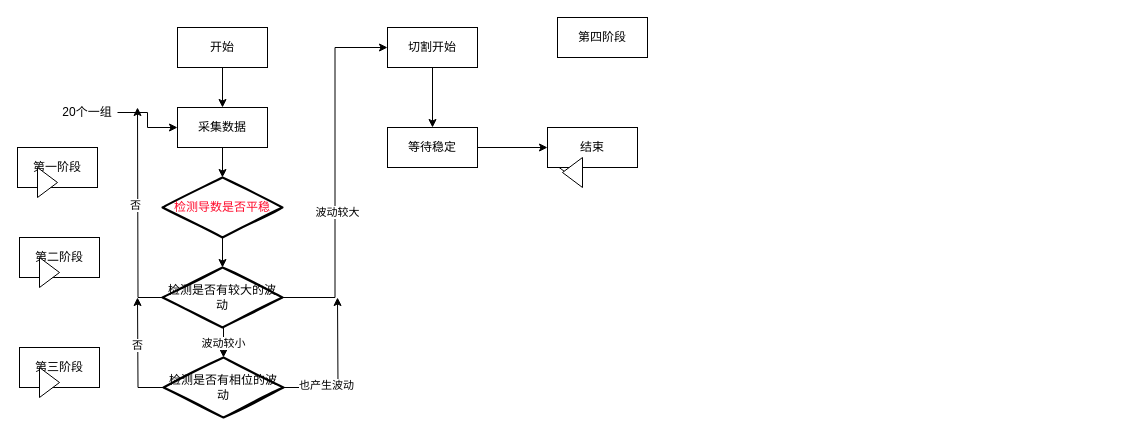
The draw.io diagram 未命名绘图.drawio in k52823/kong, before the edit. Source tidied: cells renumbered, new cells numbered last; positions are measured from the earlier drawing's top-left corner, leaving out a move shared by most shapes. Both pictures are drawn from the tidied source at 100%, with x=0, y=0 at pixel (17, 17).
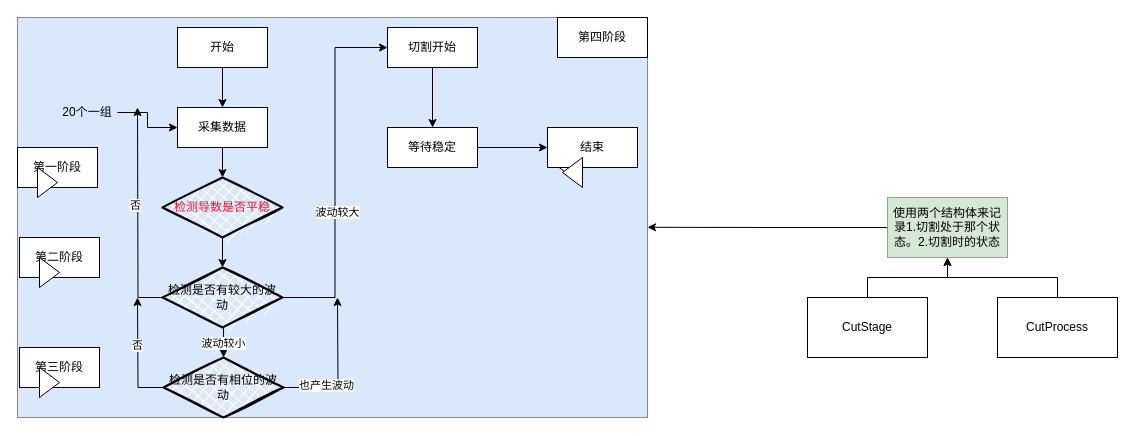
After the change.

Diff of the diagram source:
```diff
@@
-    <mxCell id="2" style="edgeStyle=orthogonalEdgeStyle;rounded=0;jettySize=auto;html=1;exitX=0.5;exitY=1;exitDx=0;exitDy=0;entryX=0.5;entryY=0;entryDx=0;entryDy=0;" parent="1" edge="1" source="3" target="7">
-      <mxGeometry relative="1" as="geometry" />
-    </mxCell>
+    <mxCell id="36" style="edgeStyle=orthogonalEdgeStyle;rounded=0;jettySize=auto;html=1;exitX=0;exitY=0.5;exitDx=0;exitDy=0;" parent="1" edge="1" source="37">
+      <mxGeometry relative="1" as="geometry">
+        <mxPoint x="630" y="209.8" as="targetPoint" />
+      </mxGeometry>
+    </mxCell>
+    <mxCell id="37" value="使用两个结构体来记录1.切割处于那个状态。2.切割时的状态" style="rounded=0;whiteSpace=wrap;html=1;fillColor=#d5e8d4;strokeColor=#82b366;" parent="1" vertex="1">
+      <mxGeometry x="870" y="180" width="120" height="60" as="geometry" />
+    </mxCell>
+    <mxCell id="38" style="edgeStyle=orthogonalEdgeStyle;rounded=0;jettySize=auto;html=1;exitX=0.5;exitY=0;exitDx=0;exitDy=0;" parent="1" edge="1" source="39" target="37">
+      <mxGeometry relative="1" as="geometry" />
+    </mxCell>
+    <mxCell id="39" value="CutStage" style="rounded=0;whiteSpace=wrap;html=1;" parent="1" vertex="1">
+      <mxGeometry x="790" y="280" width="120" height="60" as="geometry" />
+    </mxCell>
+    <mxCell id="40" style="edgeStyle=orthogonalEdgeStyle;rounded=0;jettySize=auto;html=1;exitX=0.5;exitY=0;exitDx=0;exitDy=0;entryX=0.5;entryY=1;entryDx=0;entryDy=0;" parent="1" edge="1" source="41" target="37">
+      <mxGeometry relative="1" as="geometry" />
+    </mxCell>
+    <mxCell id="41" value="CutProcess" style="rounded=0;whiteSpace=wrap;html=1;" parent="1" vertex="1">
+      <mxGeometry x="980" y="280" width="120" height="60" as="geometry" />
+    </mxCell>
+    <mxCell id="42" style="group;fillColor=#dae8fc;strokeColor=#6c8ebf;" parent="1" vertex="1">
+      <mxGeometry width="630" height="400" as="geometry" />
+    </mxCell>
+    <mxCell id="25" value="检测是否有相位的波动" style="rhombus;whiteSpace=wrap;html=1;strokeWidth=2;fillWeight=-1;hachureGap=8;fillStyle=cross-hatch;sketch=1;shadow=0;" parent="42" vertex="1">
+      <mxGeometry x="146" y="340" width="120" height="60" as="geometry" />
+    </mxCell>
+    <mxCell id="8" style="edgeStyle=orthogonalEdgeStyle;rounded=0;jettySize=auto;html=1;exitX=0.5;exitY=1;exitDx=0;exitDy=0;entryX=0.5;entryY=0;entryDx=0;entryDy=0;shadow=0;" parent="42" edge="1" source="14" target="25">
+      <mxGeometry relative="1" as="geometry" />
+    </mxCell>
+    <mxCell id="9" value="波动较小" style="edgeLabel;html=1;align=center;verticalAlign=middle;shadow=0;" parent="8" vertex="1">
+      <mxGeometry x="0.03" y="-1" relative="1" as="geometry" />
+    </mxCell>
-    <mxCell id="3" value="采集数据" style="rounded=0;whiteSpace=wrap;html=1;" parent="1" vertex="1">
+    <mxCell id="3" value="采集数据" style="rounded=0;whiteSpace=wrap;html=1;shadow=0;" parent="42" vertex="1">
       <mxGeometry x="160" y="90" width="90" height="40" as="geometry" />
     </mxCell>
-    <mxCell id="4" style="edgeStyle=orthogonalEdgeStyle;rounded=0;jettySize=auto;html=1;exitX=0.5;exitY=1;exitDx=0;exitDy=0;entryX=0.5;entryY=0;entryDx=0;entryDy=0;" parent="1" edge="1" source="5" target="3">
+    <mxCell id="4" style="edgeStyle=orthogonalEdgeStyle;rounded=0;jettySize=auto;html=1;exitX=0.5;exitY=1;exitDx=0;exitDy=0;entryX=0.5;entryY=0;entryDx=0;entryDy=0;shadow=0;" parent="42" edge="1" source="5" target="3">
       <mxGeometry relative="1" as="geometry" />
     </mxCell>
-    <mxCell id="5" value="开始" style="rounded=0;whiteSpace=wrap;html=1;" parent="1" vertex="1">
+    <mxCell id="5" value="开始" style="rounded=0;whiteSpace=wrap;html=1;shadow=0;" parent="42" vertex="1">
       <mxGeometry x="160" y="10" width="90" height="40" as="geometry" />
     </mxCell>
-    <mxCell id="6" style="edgeStyle=orthogonalEdgeStyle;rounded=0;jettySize=auto;html=1;exitX=0.5;exitY=1;exitDx=0;exitDy=0;entryX=0.5;entryY=0;entryDx=0;entryDy=0;" parent="1" edge="1" source="7" target="14">
-      <mxGeometry relative="1" as="geometry" />
-    </mxCell>
-    <mxCell id="7" value="&lt;font color=&quot;#ff0a2b&quot;&gt;检测导数是否平稳&lt;/font&gt;" style="rhombus;whiteSpace=wrap;html=1;strokeWidth=2;fillWeight=-1;hachureGap=8;fillStyle=cross-hatch;sketch=1;" parent="1" vertex="1">
+    <mxCell id="7" value="&lt;font color=&quot;#ff0a2b&quot;&gt;检测导数是否平稳&lt;/font&gt;" style="rhombus;whiteSpace=wrap;html=1;strokeWidth=2;fillWeight=-1;hachureGap=8;fillStyle=cross-hatch;sketch=1;shadow=0;" parent="42" vertex="1">
       <mxGeometry x="145" y="160" width="120" height="60" as="geometry" />
     </mxCell>
-    <mxCell id="8" style="edgeStyle=orthogonalEdgeStyle;rounded=0;jettySize=auto;html=1;exitX=0.5;exitY=1;exitDx=0;exitDy=0;entryX=0.5;entryY=0;entryDx=0;entryDy=0;" parent="1" edge="1" source="14" target="25">
-      <mxGeometry relative="1" as="geometry" />
-    </mxCell>
-    <mxCell id="9" value="波动较小" style="edgeLabel;html=1;align=center;verticalAlign=middle;" parent="8" vertex="1">
-      <mxGeometry x="0.03" y="-1" relative="1" as="geometry" />
-    </mxCell>
-    <mxCell id="10" style="edgeStyle=orthogonalEdgeStyle;rounded=0;jettySize=auto;html=1;exitX=1;exitY=0.5;exitDx=0;exitDy=0;entryX=0;entryY=0.5;entryDx=0;entryDy=0;" parent="1" edge="1" source="14" target="29">
-      <mxGeometry relative="1" as="geometry" />
-    </mxCell>
-    <mxCell id="11" value="波动较大" style="edgeLabel;html=1;align=center;verticalAlign=middle;" parent="10" vertex="1">
-      <mxGeometry x="-0.22" y="-2" relative="1" as="geometry" />
-    </mxCell>
+    <mxCell id="2" style="edgeStyle=orthogonalEdgeStyle;rounded=0;jettySize=auto;html=1;exitX=0.5;exitY=1;exitDx=0;exitDy=0;entryX=0.5;entryY=0;entryDx=0;entryDy=0;shadow=0;" parent="42" edge="1" source="3" target="7">
+      <mxGeometry relative="1" as="geometry" />
+    </mxCell>
-    <mxCell id="12" style="edgeStyle=orthogonalEdgeStyle;rounded=0;jettySize=auto;html=1;exitX=0;exitY=0.5;exitDx=0;exitDy=0;" parent="1" edge="1" source="14">
+    <mxCell id="12" style="edgeStyle=orthogonalEdgeStyle;rounded=0;jettySize=auto;html=1;exitX=0;exitY=0.5;exitDx=0;exitDy=0;shadow=0;" parent="42" edge="1" source="14">
       <mxGeometry relative="1" as="geometry">
         <mxPoint x="120" y="90" as="targetPoint" />
       </mxGeometry>
     </mxCell>
-    <mxCell id="13" value="否" style="edgeLabel;html=1;align=center;verticalAlign=middle;" parent="12" vertex="1">
+    <mxCell id="13" value="否" style="edgeLabel;html=1;align=center;verticalAlign=middle;shadow=0;" parent="12" vertex="1">
       <mxGeometry x="0.09" y="3" relative="1" as="geometry" />
     </mxCell>
-    <mxCell id="14" value="检测是否有较大的波动" style="rhombus;whiteSpace=wrap;html=1;strokeWidth=2;fillWeight=-1;hachureGap=8;fillStyle=cross-hatch;sketch=1;" parent="1" vertex="1">
+    <mxCell id="14" value="检测是否有较大的波动" style="rhombus;whiteSpace=wrap;html=1;strokeWidth=2;fillWeight=-1;hachureGap=8;fillStyle=cross-hatch;sketch=1;shadow=0;" parent="42" vertex="1">
       <mxGeometry x="145" y="250" width="120" height="60" as="geometry" />
     </mxCell>
+    <mxCell id="6" style="edgeStyle=orthogonalEdgeStyle;rounded=0;jettySize=auto;html=1;exitX=0.5;exitY=1;exitDx=0;exitDy=0;entryX=0.5;entryY=0;entryDx=0;entryDy=0;shadow=0;" parent="42" edge="1" source="7" target="14">
+      <mxGeometry relative="1" as="geometry" />
+    </mxCell>
-    <mxCell id="15" value="第一阶段" style="html=1;whiteSpace=wrap;" parent="1" vertex="1">
+    <mxCell id="15" value="第一阶段" style="html=1;whiteSpace=wrap;shadow=0;" parent="42" vertex="1">
       <mxGeometry y="130" width="80" height="40" as="geometry" />
     </mxCell>
-    <mxCell id="16" style="triangle;html=1;whiteSpace=wrap;" parent="15" vertex="1">
+    <mxCell id="16" style="triangle;html=1;whiteSpace=wrap;shadow=0;" parent="15" vertex="1">
       <mxGeometry x="20" y="20" width="20" height="30" as="geometry" />
     </mxCell>
-    <mxCell id="17" value="第二阶段" style="html=1;whiteSpace=wrap;" parent="1" vertex="1">
+    <mxCell id="17" value="第二阶段" style="html=1;whiteSpace=wrap;shadow=0;" parent="42" vertex="1">
       <mxGeometry x="2" y="220" width="80" height="40" as="geometry" />
     </mxCell>
-    <mxCell id="18" style="triangle;html=1;whiteSpace=wrap;" parent="17" vertex="1">
+    <mxCell id="18" style="triangle;html=1;whiteSpace=wrap;shadow=0;" parent="17" vertex="1">
       <mxGeometry x="20" y="20" width="20" height="30" as="geometry" />
     </mxCell>
-    <mxCell id="19" value="第三阶段" style="html=1;whiteSpace=wrap;" parent="1" vertex="1">
+    <mxCell id="19" value="第三阶段" style="html=1;whiteSpace=wrap;shadow=0;" parent="42" vertex="1">
       <mxGeometry x="2" y="330" width="80" height="40" as="geometry" />
     </mxCell>
-    <mxCell id="20" style="triangle;html=1;whiteSpace=wrap;" parent="19" vertex="1">
+    <mxCell id="20" style="triangle;html=1;whiteSpace=wrap;shadow=0;" parent="19" vertex="1">
       <mxGeometry x="20" y="20" width="20" height="30" as="geometry" />
     </mxCell>
-    <mxCell id="21" style="edgeStyle=orthogonalEdgeStyle;rounded=0;jettySize=auto;html=1;" parent="1" edge="1" source="25">
+    <mxCell id="21" style="edgeStyle=orthogonalEdgeStyle;rounded=0;jettySize=auto;html=1;shadow=0;" parent="42" edge="1" source="25">
       <mxGeometry relative="1" as="geometry">
         <mxPoint x="320" y="280" as="targetPoint" />
       </mxGeometry>
     </mxCell>
-    <mxCell id="22" value="也产生波动" style="edgeLabel;html=1;align=center;verticalAlign=middle;" parent="21" vertex="1">
+    <mxCell id="22" value="也产生波动" style="edgeLabel;html=1;align=center;verticalAlign=middle;shadow=0;" parent="21" vertex="1">
       <mxGeometry x="-0.42" y="3" relative="1" as="geometry" />
     </mxCell>
-    <mxCell id="23" style="edgeStyle=orthogonalEdgeStyle;rounded=0;jettySize=auto;html=1;exitX=0;exitY=0.5;exitDx=0;exitDy=0;" parent="1" edge="1" source="25">
+    <mxCell id="23" style="edgeStyle=orthogonalEdgeStyle;rounded=0;jettySize=auto;html=1;exitX=0;exitY=0.5;exitDx=0;exitDy=0;shadow=0;" parent="42" edge="1" source="25">
       <mxGeometry relative="1" as="geometry">
         <mxPoint x="120" y="280" as="targetPoint" />
       </mxGeometry>
     </mxCell>
-    <mxCell id="24" value="否" style="edgeLabel;html=1;align=center;verticalAlign=middle;" parent="23" vertex="1">
+    <mxCell id="24" value="否" style="edgeLabel;html=1;align=center;verticalAlign=middle;shadow=0;" parent="23" vertex="1">
       <mxGeometry x="0.17" y="1" relative="1" as="geometry" />
     </mxCell>
-    <mxCell id="25" value="检测是否有相位的波动" style="rhombus;whiteSpace=wrap;html=1;strokeWidth=2;fillWeight=-1;hachureGap=8;fillStyle=cross-hatch;sketch=1;" parent="1" vertex="1">
-      <mxGeometry x="146" y="340" width="120" height="60" as="geometry" />
-    </mxCell>
-    <mxCell id="26" style="edgeStyle=orthogonalEdgeStyle;rounded=0;jettySize=auto;html=1;exitX=1;exitY=0.5;exitDx=0;exitDy=0;entryX=0;entryY=0.5;entryDx=0;entryDy=0;" parent="1" edge="1" source="27" target="3">
+    <mxCell id="26" style="edgeStyle=orthogonalEdgeStyle;rounded=0;jettySize=auto;html=1;exitX=1;exitY=0.5;exitDx=0;exitDy=0;entryX=0;entryY=0.5;entryDx=0;entryDy=0;shadow=0;" parent="42" edge="1" source="27" target="3">
       <mxGeometry relative="1" as="geometry" />
     </mxCell>
-    <mxCell id="27" value="20个一组" style="text;html=1;strokeColor=none;fillColor=none;align=center;verticalAlign=middle;whiteSpace=wrap;rounded=0;" parent="1" vertex="1">
+    <mxCell id="27" value="20个一组" style="text;html=1;strokeColor=none;fillColor=none;align=center;verticalAlign=middle;whiteSpace=wrap;rounded=0;shadow=0;" parent="42" vertex="1">
       <mxGeometry x="40" y="80" width="60" height="30" as="geometry" />
     </mxCell>
-    <mxCell id="28" style="edgeStyle=orthogonalEdgeStyle;rounded=0;jettySize=auto;html=1;exitX=0.5;exitY=1;exitDx=0;exitDy=0;" parent="1" edge="1" source="29" target="33">
-      <mxGeometry relative="1" as="geometry" />
-    </mxCell>
-    <mxCell id="29" value="切割开始" style="rounded=0;whiteSpace=wrap;html=1;" parent="1" vertex="1">
+    <mxCell id="29" value="切割开始" style="rounded=0;whiteSpace=wrap;html=1;shadow=0;" parent="42" vertex="1">
       <mxGeometry x="370" y="10" width="90" height="40" as="geometry" />
     </mxCell>
+    <mxCell id="10" style="edgeStyle=orthogonalEdgeStyle;rounded=0;jettySize=auto;html=1;exitX=1;exitY=0.5;exitDx=0;exitDy=0;entryX=0;entryY=0.5;entryDx=0;entryDy=0;shadow=0;" parent="42" edge="1" source="14" target="29">
+      <mxGeometry relative="1" as="geometry" />
+    </mxCell>
+    <mxCell id="11" value="波动较大" style="edgeLabel;html=1;align=center;verticalAlign=middle;shadow=0;" parent="10" vertex="1">
+      <mxGeometry x="-0.22" y="-2" relative="1" as="geometry" />
+    </mxCell>
-    <mxCell id="30" value="第四阶段" style="rounded=0;whiteSpace=wrap;html=1;" parent="1" vertex="1">
+    <mxCell id="30" value="第四阶段" style="rounded=0;whiteSpace=wrap;html=1;shadow=0;" parent="42" vertex="1">
       <mxGeometry x="540" width="90" height="40" as="geometry" />
     </mxCell>
-    <mxCell id="31" style="triangle;html=1;whiteSpace=wrap;rotation=-180;" parent="1" vertex="1">
+    <mxCell id="31" style="triangle;html=1;whiteSpace=wrap;rotation=-180;shadow=0;" parent="42" vertex="1">
       <mxGeometry x="535" y="130" width="20" height="30" as="geometry" />
     </mxCell>
+    <mxCell id="33" value="等待稳定" style="rounded=0;whiteSpace=wrap;html=1;shadow=0;" parent="42" vertex="1">
+      <mxGeometry x="370" y="110" width="90" height="40" as="geometry" />
+    </mxCell>
+    <mxCell id="28" style="edgeStyle=orthogonalEdgeStyle;rounded=0;jettySize=auto;html=1;exitX=0.5;exitY=1;exitDx=0;exitDy=0;shadow=0;" parent="42" edge="1" source="29" target="33">
+      <mxGeometry relative="1" as="geometry" />
+    </mxCell>
+    <mxCell id="34" value="结束" style="rounded=0;whiteSpace=wrap;html=1;shadow=0;" parent="42" vertex="1">
+      <mxGeometry x="530" y="110" width="90" height="40" as="geometry" />
+    </mxCell>
-    <mxCell id="32" style="edgeStyle=orthogonalEdgeStyle;rounded=0;jettySize=auto;html=1;exitX=1;exitY=0.5;exitDx=0;exitDy=0;entryX=0;entryY=0.5;entryDx=0;entryDy=0;" parent="1" edge="1" source="33" target="34">
+    <mxCell id="32" style="edgeStyle=orthogonalEdgeStyle;rounded=0;jettySize=auto;html=1;exitX=1;exitY=0.5;exitDx=0;exitDy=0;entryX=0;entryY=0.5;entryDx=0;entryDy=0;shadow=0;" parent="42" edge="1" source="33" target="34">
       <mxGeometry relative="1" as="geometry" />
     </mxCell>
-    <mxCell id="33" value="等待稳定" style="rounded=0;whiteSpace=wrap;html=1;" parent="1" vertex="1">
-      <mxGeometry x="370" y="110" width="90" height="40" as="geometry" />
-    </mxCell>
-    <mxCell id="34" value="结束" style="rounded=0;whiteSpace=wrap;html=1;" parent="1" vertex="1">
-      <mxGeometry x="530" y="110" width="90" height="40" as="geometry" />
-    </mxCell>
-    <mxCell id="35" style="triangle;html=1;whiteSpace=wrap;rotation=-180;" parent="1" vertex="1">
+    <mxCell id="35" style="triangle;html=1;whiteSpace=wrap;rotation=-180;shadow=0;" parent="42" vertex="1">
       <mxGeometry x="545" y="140" width="20" height="30" as="geometry" />
     </mxCell>
```
